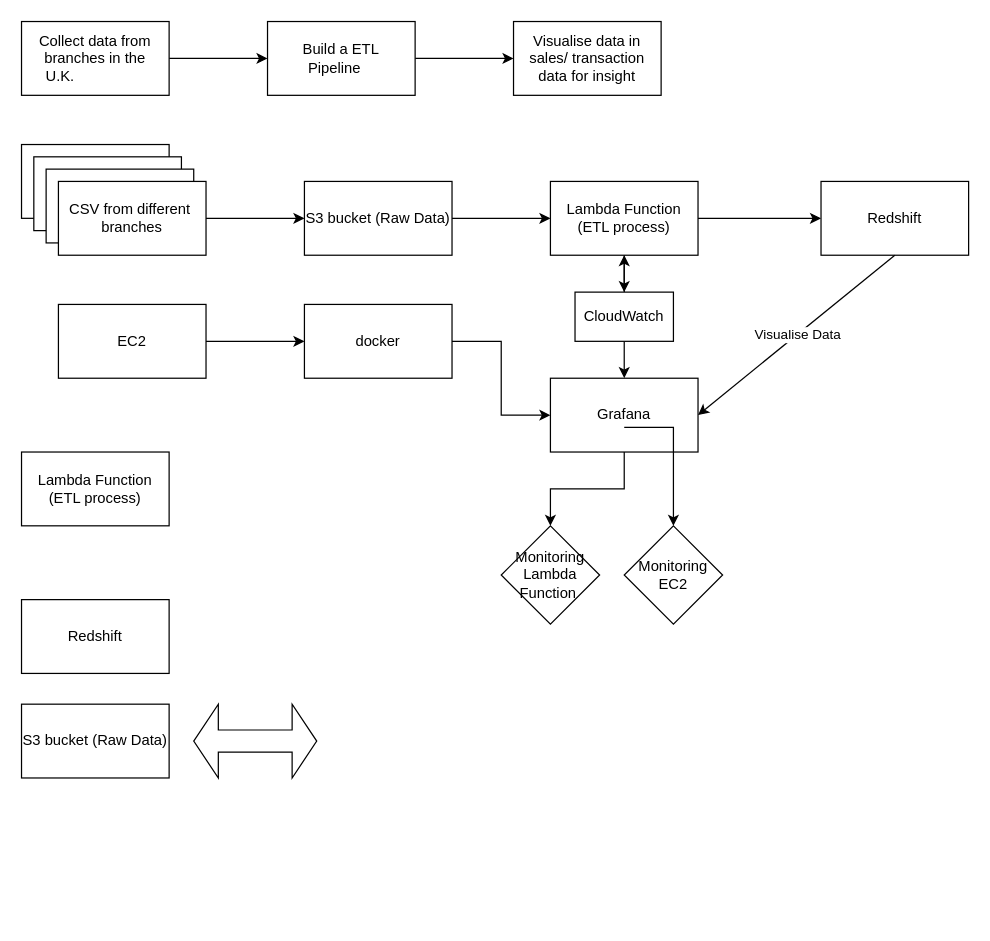
oscar5212/Cafe_Data_Management_System keeps this draw.io diagram as Untitled Diagram.drawio. Above is the earlier version. Source tidied: cells renumbered, new cells numbered last; positions are measured from the earlier drawing's top-left corner, leaving out a move shared by most shapes. Both pictures are drawn from the tidied source at 123%, with x=0, y=0 at pixel (21, 21).
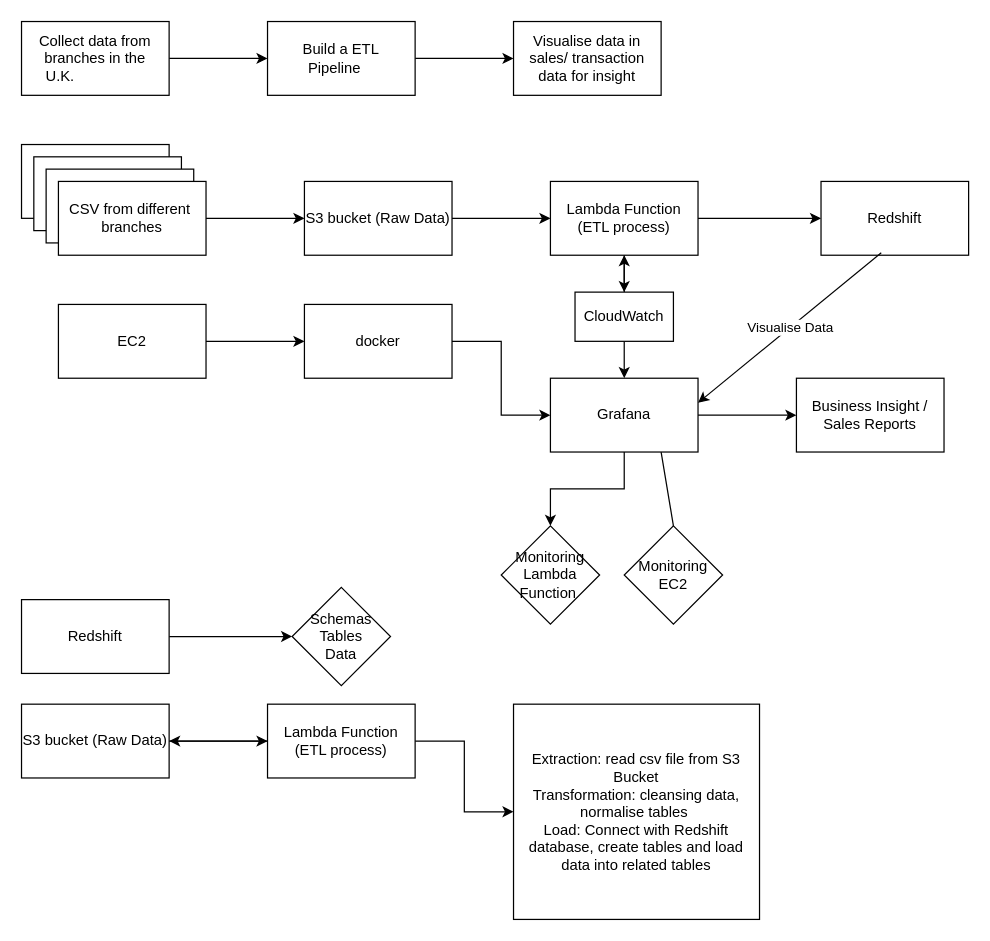
The same diagram, later.

Unchanged cells that the change refers to:
```xml
<mxCell id="18" value="Redshift" style="rounded=0;whiteSpace=wrap;html=1;" parent="1" vertex="1">
  <mxGeometry x="650" y="130" width="120" height="60" as="geometry" />
</mxCell>
<mxCell id="19" value="S3 bucket (Raw Data)" style="rounded=0;whiteSpace=wrap;html=1;align=center;" parent="1" vertex="1">
  <mxGeometry y="555" width="120" height="60" as="geometry" />
</mxCell>
<mxCell id="22" value="Redshift" style="rounded=0;whiteSpace=wrap;html=1;" parent="1" vertex="1">
  <mxGeometry y="470" width="120" height="60" as="geometry" />
</mxCell>
<mxCell id="28" value="Grafana" style="rounded=0;whiteSpace=wrap;html=1;" parent="1" vertex="1">
  <mxGeometry x="430" y="290" width="120" height="60" as="geometry" />
</mxCell>
<mxCell id="31" value="Monitoring&lt;br&gt;Lambda Function&amp;nbsp;" style="rhombus;whiteSpace=wrap;html=1;rounded=0;" parent="1" vertex="1">
  <mxGeometry x="390" y="410" width="80" height="80" as="geometry" />
</mxCell>
<mxCell id="33" value="Monitoring EC2" style="rhombus;whiteSpace=wrap;html=1;" parent="1" vertex="1">
  <mxGeometry x="490" y="410" width="80" height="80" as="geometry" />
</mxCell>
```

The edit, as a diff of the source:
```diff
@@
+    <mxCell id="36" style="edgeStyle=orthogonalEdgeStyle;rounded=0;jettySize=auto;html=1;" parent="1" edge="1" source="19">
+      <mxGeometry relative="1" as="geometry">
+        <mxPoint x="200" y="585" as="targetPoint" />
+      </mxGeometry>
+    </mxCell>
@@
-    <mxCell id="20" style="shape=doubleArrow;whiteSpace=wrap;html=1;" parent="1" vertex="1">
-      <mxGeometry x="140" y="555" width="100" height="60" as="geometry" />
-    </mxCell>
-    <mxCell id="21" value="Lambda Function (ETL process)" style="rounded=0;whiteSpace=wrap;html=1;" parent="1" vertex="1">
-      <mxGeometry y="350" width="120" height="60" as="geometry" />
-    </mxCell>
+    <mxCell id="37" style="edgeStyle=orthogonalEdgeStyle;rounded=0;jettySize=auto;html=1;" parent="1" edge="1" source="22" target="43">
+      <mxGeometry relative="1" as="geometry" />
+    </mxCell>
@@
     <mxCell id="27" style="edgeStyle=orthogonalEdgeStyle;rounded=0;jettySize=auto;html=1;" parent="1" edge="1" source="28" target="31">
-      <mxGeometry relative="1" as="geometry" />
+      <mxGeometry relative="1" as="geometry">
+        <Array as="points">
+          <mxPoint x="490" y="380" />
+          <mxPoint x="430" y="380" />
+        </Array>
+      </mxGeometry>
     </mxCell>
+    <mxCell id="38" style="edgeStyle=orthogonalEdgeStyle;rounded=0;jettySize=auto;html=1;labelBorderColor=none;" parent="1" edge="1" source="28" target="42">
+      <mxGeometry relative="1" as="geometry" />
+    </mxCell>
@@
-    <mxCell id="29" style="endArrow=classic;html=1;rounded=0;entryX=1;entryY=0.5;entryDx=0;entryDy=0;exitX=0.5;exitY=1;exitDx=0;exitDy=0;" parent="1" edge="1" source="18" target="28">
-      <mxGeometry relative="1" as="geometry" />
+    <mxCell id="29" style="endArrow=classic;html=1;rounded=0;entryX=1;entryY=0.5;entryDx=0;entryDy=0;exitX=0.408;exitY=0.967;exitDx=0;exitDy=0;exitPerimeter=0;" parent="1" edge="1" source="18">
+      <mxGeometry relative="1" as="geometry">
+        <mxPoint x="550" y="310" as="targetPoint" />
+      </mxGeometry>
     </mxCell>
@@
-    <mxCell id="32" style="endArrow=classic;html=1;rounded=0;entryX=0.5;entryY=0;entryDx=0;entryDy=0;" parent="1" edge="1" target="33">
-      <mxGeometry relative="1" as="geometry">
-        <mxPoint x="490" y="330" as="sourcePoint" />
-        <Array as="points">
-          <mxPoint x="510" y="330" />
-          <mxPoint x="530" y="330" />
-          <mxPoint x="530" y="350" />
-        </Array>
-      </mxGeometry>
-    </mxCell>
@@
+    <mxCell id="39" style="edgeStyle=orthogonalEdgeStyle;rounded=0;jettySize=auto;html=1;" parent="1" edge="1" source="21" target="19">
+      <mxGeometry relative="1" as="geometry" />
+    </mxCell>
+    <mxCell id="40" style="edgeStyle=orthogonalEdgeStyle;rounded=0;jettySize=auto;html=1;" parent="1" edge="1" source="21" target="44">
+      <mxGeometry relative="1" as="geometry" />
+    </mxCell>
+    <mxCell id="21" value="Lambda Function (ETL process)" style="rounded=0;whiteSpace=wrap;html=1;" parent="1" vertex="1">
+      <mxGeometry x="200" y="555" width="120" height="60" as="geometry" />
+    </mxCell>
+    <mxCell id="41" style="endArrow=none;html=1;rounded=0;entryX=0.5;entryY=0;entryDx=0;entryDy=0;" parent="1" edge="1" target="33">
+      <mxGeometry relative="1" as="geometry">
+        <mxPoint x="520" y="350" as="sourcePoint" />
+      </mxGeometry>
+    </mxCell>
+    <mxCell id="42" value="Business Insight / Sales Reports" style="rounded=0;whiteSpace=wrap;html=1;" parent="1" vertex="1">
+      <mxGeometry x="630" y="290" width="120" height="60" as="geometry" />
+    </mxCell>
+    <mxCell id="43" value="Schemas&lt;br&gt;Tables&lt;br&gt;Data" style="rhombus;whiteSpace=wrap;html=1;rounded=0;" parent="1" vertex="1">
+      <mxGeometry x="220" y="460" width="80" height="80" as="geometry" />
+    </mxCell>
+    <mxCell id="44" value="Extraction: read csv file from S3 Bucket&lt;br&gt;Transformation: cleansing data, normalise tables&amp;nbsp;&lt;br&gt;Load: Connect with Redshift database, create tables and load data into related tables" style="rounded=0;whiteSpace=wrap;html=1;" parent="1" vertex="1">
+      <mxGeometry x="400" y="555" width="200" height="175" as="geometry" />
+    </mxCell>
```
